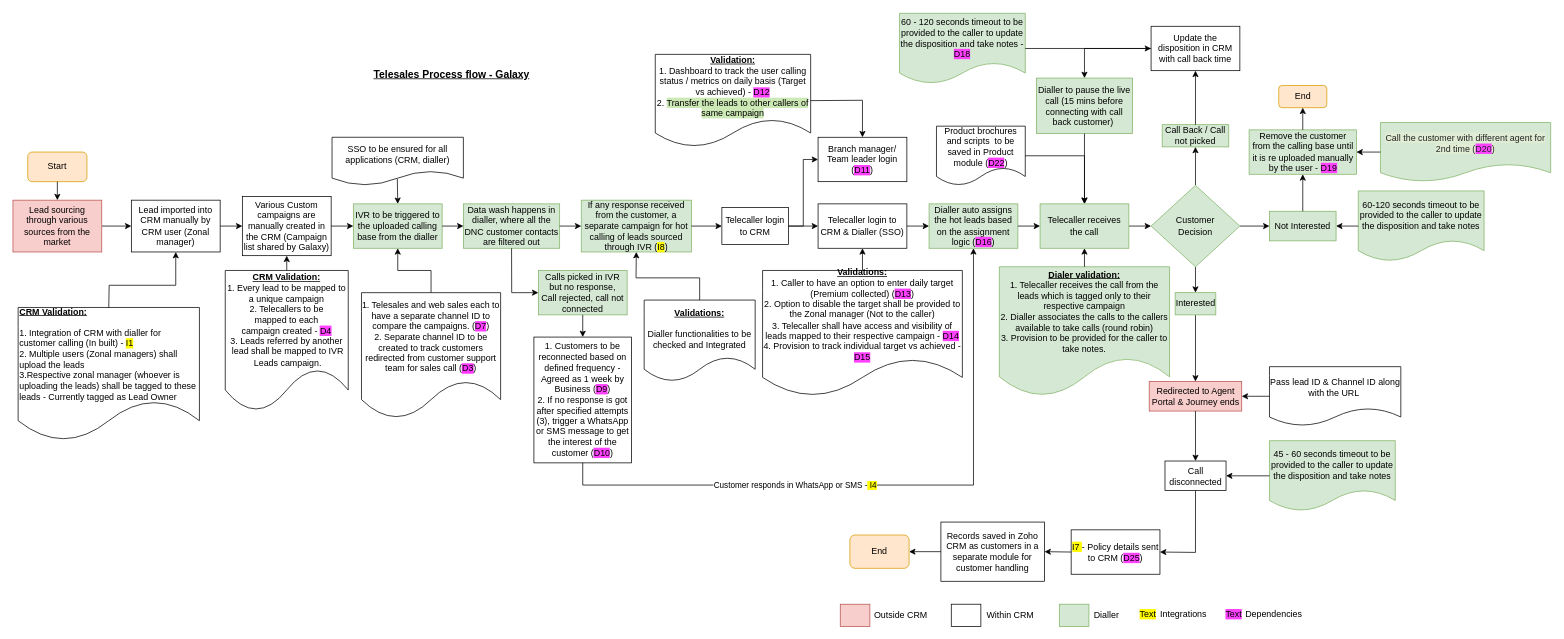
The draw.io diagram TeleSales Revised.drawio in shaileshsreedar/Galaxy, before the edit. Source tidied: cells renumbered, new cells numbered last; positions are measured from the earlier drawing's top-left corner, leaving out a move shared by most shapes. Both pictures are drawn from the tidied source at 74%, with x=0, y=0 at pixel (13, 13).
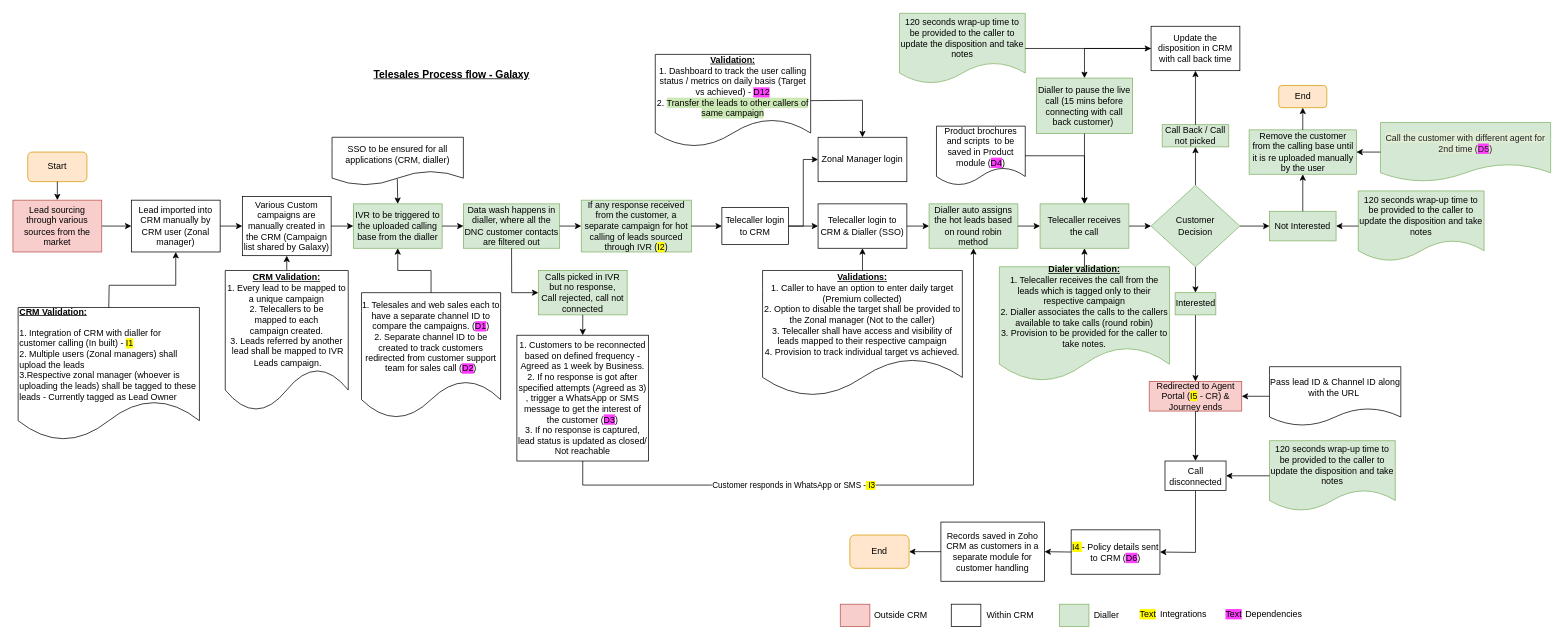
Above is the later version.

Unchanged cells that the change refers to:
```xml
<mxCell id="81" style="endArrow=classic;html=1;rounded=0;exitX=0.5;exitY=1;exitDx=0;exitDy=0;entryX=0.5;entryY=1;entryDx=0;entryDy=0;" parent="1" edge="1" source="35" target="39">
  <mxGeometry relative="1" as="geometry">
    <Array as="points">
      <mxPoint x="770" y="638" />
      <mxPoint x="1298" y="638" />
    </Array>
  </mxGeometry>
</mxCell>
```

Change to the diagram source:
```diff
@@
-    <mxCell id="16" value="Redirected to Agent Portal &amp;amp; Journey ends" style="whiteSpace=wrap;html=1;fillColor=#f8cecc;strokeColor=#b85450;" parent="1" vertex="1">
+    <mxCell id="16" value="Redirected to Agent Portal (&lt;span style=&quot;background-color: rgb(255, 251, 0);&quot;&gt;I5&lt;/span&gt; - CR) &amp;amp; Journey ends" style="whiteSpace=wrap;html=1;fillColor=#f8cecc;strokeColor=#b85450;" parent="1" vertex="1">
       <mxGeometry x="1535.5" y="498" width="125" height="40" as="geometry" />
     </mxCell>
-    <mxCell id="17" value="&lt;span style=&quot;background-color: rgb(255, 251, 0);&quot;&gt;I7&amp;nbsp;&lt;/span&gt;- Policy details sent to CRM (&lt;span style=&quot;background-color: rgb(255, 64, 255);&quot;&gt;D25&lt;/span&gt;)" style="whiteSpace=wrap;html=1;" parent="1" vertex="1">
+    <mxCell id="17" value="&lt;span style=&quot;background-color: rgb(255, 251, 0);&quot;&gt;I4&amp;nbsp;&lt;/span&gt;- Policy details sent to CRM (&lt;span style=&quot;background-color: rgb(255, 64, 255);&quot;&gt;D6&lt;/span&gt;)" style="whiteSpace=wrap;html=1;" parent="1" vertex="1">
       <mxGeometry x="1430" y="698.5" width="120" height="60" as="geometry" />
     </mxCell>
@@
-    <mxCell id="30" value="If any response received from the customer, a separate campaign for hot calling of leads sourced through IVR (&lt;span style=&quot;background-color: rgb(255, 251, 0);&quot;&gt;I8&lt;/span&gt;)" style="rounded=0;whiteSpace=wrap;html=1;fillColor=#d5e8d4;strokeColor=#82b366;" parent="1" vertex="1">
+    <mxCell id="30" value="If any response received from the customer, a separate campaign for hot calling of leads sourced through IVR (&lt;span style=&quot;background-color: rgb(255, 251, 0);&quot;&gt;I2&lt;/span&gt;)" style="rounded=0;whiteSpace=wrap;html=1;fillColor=#d5e8d4;strokeColor=#82b366;" parent="1" vertex="1">
       <mxGeometry x="768" y="253" width="148.8" height="70" as="geometry" />
     </mxCell>
@@
-    <mxCell id="35" value="1. Customers to be reconnected based on defined frequency - Agreed as 1 week by Business (&lt;span style=&quot;background-color: rgb(255, 64, 255);&quot;&gt;D9&lt;/span&gt;)&lt;div&gt;2. If no response is got after specified attempts (3), trigger a WhatsApp or SMS message to get the interest of the customer (&lt;span style=&quot;background-color: rgb(255, 64, 255);&quot;&gt;D10&lt;/span&gt;)&lt;/div&gt;" style="rounded=0;whiteSpace=wrap;html=1;" parent="1" vertex="1">
-      <mxGeometry x="704" y="438" width="132" height="170" as="geometry" />
+    <mxCell id="35" value="1. Customers to be reconnected based on defined frequency - Agreed as 1 week by Business.&lt;div&gt;2. If no response is got after specified attempts (Agreed as 3) , trigger a WhatsApp or SMS message to get the interest of the customer (&lt;span style=&quot;background-color: rgb(255, 64, 255);&quot;&gt;D3&lt;/span&gt;)&lt;/div&gt;&lt;div&gt;3. If no response is captured, lead status is updated as closed/ Not reachable&lt;/div&gt;" style="rounded=0;whiteSpace=wrap;html=1;" parent="1" vertex="1">
+      <mxGeometry x="681" y="435.5" width="178" height="170" as="geometry" />
     </mxCell>
@@
-    <mxCell id="37" value="1. Telesales and web sales each to have a separate channel ID to compare the campaigns. (&lt;span style=&quot;background-color: rgb(255, 64, 255);&quot;&gt;D7&lt;/span&gt;)&lt;div&gt;2. Separate channel ID to be created to track customers redirected from customer support team for sales call (&lt;span style=&quot;background-color: rgb(255, 51, 255);&quot;&gt;D3&lt;/span&gt;)&lt;/div&gt;" style="shape=document;whiteSpace=wrap;html=1;boundedLbl=1;" parent="1" vertex="1">
+    <mxCell id="37" value="1. Telesales and web sales each to have a separate channel ID to compare the campaigns. (&lt;span style=&quot;background-color: rgb(255, 64, 255);&quot;&gt;D1&lt;/span&gt;)&lt;div&gt;2. Separate channel ID to be created to track customers redirected from customer support team for sales call (&lt;span style=&quot;background-color: rgb(255, 51, 255);&quot;&gt;D2&lt;/span&gt;)&lt;/div&gt;" style="shape=document;whiteSpace=wrap;html=1;boundedLbl=1;" parent="1" vertex="1">
       <mxGeometry x="471" y="378" width="188" height="170" as="geometry" />
     </mxCell>
@@
-    <mxCell id="39" value="Dialler auto assigns the hot leads based on the assignment logic (&lt;span style=&quot;background-color: rgb(255, 64, 255);&quot;&gt;D16&lt;/span&gt;)" style="rounded=0;whiteSpace=wrap;html=1;fillColor=#d5e8d4;strokeColor=#82b366;" parent="1" vertex="1">
+    <mxCell id="39" value="Dialler auto assigns the hot leads based on round robin method" style="rounded=0;whiteSpace=wrap;html=1;fillColor=#d5e8d4;strokeColor=#82b366;" parent="1" vertex="1">
       <mxGeometry x="1238" y="258" width="120" height="60" as="geometry" />
     </mxCell>
@@
-    <mxCell id="43" value="&lt;b&gt;&lt;u&gt;CRM Validation:&lt;/u&gt;&lt;/b&gt;&lt;div&gt;1. Every lead to be mapped to a unique campaign&lt;/div&gt;&lt;div&gt;2. T&lt;span style=&quot;white-space: pre;&quot;&gt;elecallers to be&lt;/span&gt;&lt;/div&gt;&lt;div&gt;&lt;span style=&quot;white-space: pre;&quot;&gt; mapped to each&amp;nbsp;&lt;/span&gt;&lt;/div&gt;&lt;div&gt;&lt;span style=&quot;white-space: pre;&quot;&gt;campaign created - &lt;span style=&quot;background-color: rgb(255, 64, 255);&quot;&gt;D4&lt;/span&gt;&lt;/span&gt;&lt;/div&gt;&lt;div&gt;&lt;span style=&quot;white-space: pre;&quot;&gt;3. Leads referred by another&lt;/span&gt;&lt;/div&gt;&lt;div&gt;&lt;span style=&quot;white-space: pre;&quot;&gt; lead&amp;nbsp;&lt;/span&gt;&lt;span style=&quot;white-space: pre;&quot;&gt;shall be mapped to IVR&lt;/span&gt;&lt;/div&gt;&lt;div&gt;&lt;span style=&quot;white-space: pre;&quot;&gt; Leads &lt;/span&gt;&lt;span style=&quot;white-space: pre;&quot;&gt;campaign.&lt;/span&gt;&lt;/div&gt;" style="shape=document;whiteSpace=wrap;html=1;boundedLbl=1;" parent="1" vertex="1">
+    <mxCell id="43" value="&lt;b&gt;&lt;u&gt;CRM Validation:&lt;/u&gt;&lt;/b&gt;&lt;div&gt;1. Every lead to be mapped to a unique campaign&lt;/div&gt;&lt;div&gt;2. T&lt;span style=&quot;white-space: pre;&quot;&gt;elecallers to be&lt;/span&gt;&lt;/div&gt;&lt;div&gt;&lt;span style=&quot;white-space: pre;&quot;&gt; mapped to each&amp;nbsp;&lt;/span&gt;&lt;/div&gt;&lt;div&gt;&lt;span style=&quot;white-space: pre;&quot;&gt;campaign created.&lt;/span&gt;&lt;/div&gt;&lt;div&gt;&lt;span style=&quot;white-space: pre;&quot;&gt;3. Leads referred by another&lt;/span&gt;&lt;/div&gt;&lt;div&gt;&lt;span style=&quot;white-space: pre;&quot;&gt; lead&amp;nbsp;&lt;/span&gt;&lt;span style=&quot;white-space: pre;&quot;&gt;shall be mapped to IVR&lt;/span&gt;&lt;/div&gt;&lt;div&gt;&lt;span style=&quot;white-space: pre;&quot;&gt; Leads &lt;/span&gt;&lt;span style=&quot;white-space: pre;&quot;&gt;campaign.&lt;/span&gt;&lt;/div&gt;" style="shape=document;whiteSpace=wrap;html=1;boundedLbl=1;" parent="1" vertex="1">
       <mxGeometry x="286.9" y="348" width="166.2" height="190" as="geometry" />
     </mxCell>
@@
     <mxCell id="45" value="&lt;u&gt;&lt;b&gt;Dialer validation:&lt;/b&gt;&lt;/u&gt;&lt;div&gt;1. Telecaller receives the call from the leads which is tagged only to their respective campaign&lt;/div&gt;&lt;div&gt;2. Dialler associates the calls to the callers available to take calls (round robin)&lt;/div&gt;&lt;div&gt;3. Provision to be provided for the caller to take notes.&lt;/div&gt;" style="shape=document;whiteSpace=wrap;html=1;boundedLbl=1;fillColor=#d5e8d4;strokeColor=#82b366;" parent="1" vertex="1">
-      <mxGeometry x="1333" y="343" width="230" height="175" as="geometry" />
+      <mxGeometry x="1333" y="343" width="230" height="155" as="geometry" />
     </mxCell>
@@
-    <mxCell id="51" value="Remove the customer from the calling base until it is re uploaded manually by the user - &lt;span style=&quot;background-color: rgb(255, 64, 255);&quot;&gt;D19&lt;/span&gt;" style="rounded=0;whiteSpace=wrap;html=1;fillColor=#d5e8d4;strokeColor=#82b366;" parent="1" vertex="1">
+    <mxCell id="51" value="Remove the customer from the calling base until it is re uploaded manually by the user" style="rounded=0;whiteSpace=wrap;html=1;fillColor=#d5e8d4;strokeColor=#82b366;" parent="1" vertex="1">
       <mxGeometry x="1670.5" y="158" width="145" height="60" as="geometry" />
     </mxCell>
@@
-    <mxCell id="53" value="&lt;span style=&quot;font-family: inherit; background-color: rgb(224, 237, 212); caret-color: rgb(34, 34, 34); color: rgb(34, 34, 34); letter-spacing: 0.01px; text-align: left;&quot;&gt;Call the customer with different agent for 2nd time (&lt;/span&gt;&lt;span style=&quot;font-family: inherit; caret-color: rgb(34, 34, 34); color: rgb(34, 34, 34); letter-spacing: 0.01px; text-align: left; background-color: rgb(255, 64, 255);&quot;&gt;D20&lt;/span&gt;&lt;span style=&quot;font-family: inherit; background-color: rgb(224, 237, 212); caret-color: rgb(34, 34, 34); color: rgb(34, 34, 34); letter-spacing: 0.01px; text-align: left;&quot;&gt;)&lt;/span&gt;" style="shape=document;whiteSpace=wrap;html=1;boundedLbl=1;fillColor=#d5e8d4;strokeColor=#82b366;" parent="1" vertex="1">
+    <mxCell id="53" value="&lt;span style=&quot;font-family: inherit; background-color: rgb(224, 237, 212); caret-color: rgb(34, 34, 34); color: rgb(34, 34, 34); letter-spacing: 0.01px; text-align: left;&quot;&gt;Call the customer with different agent for 2nd time (&lt;/span&gt;&lt;span style=&quot;font-family: inherit; caret-color: rgb(34, 34, 34); color: rgb(34, 34, 34); letter-spacing: 0.01px; text-align: left; background-color: rgb(255, 64, 255);&quot;&gt;D5&lt;/span&gt;&lt;span style=&quot;font-family: inherit; background-color: rgb(224, 237, 212); caret-color: rgb(34, 34, 34); color: rgb(34, 34, 34); letter-spacing: 0.01px; text-align: left;&quot;&gt;)&lt;/span&gt;" style="shape=document;whiteSpace=wrap;html=1;boundedLbl=1;fillColor=#d5e8d4;strokeColor=#82b366;" parent="1" vertex="1">
       <mxGeometry x="1848" y="148" width="230" height="80" as="geometry" />
     </mxCell>
@@
-    <mxCell id="57" value="60-120 seconds timeout to be provided to the caller to update the disposition and take notes" style="shape=document;whiteSpace=wrap;html=1;boundedLbl=1;fillColor=#d5e8d4;strokeColor=#82b366;" parent="1" vertex="1">
+    <mxCell id="57" value="120 seconds wrap-up time to be provided to the caller to update the disposition and take notes" style="shape=document;whiteSpace=wrap;html=1;boundedLbl=1;fillColor=#d5e8d4;strokeColor=#82b366;" parent="1" vertex="1">
       <mxGeometry x="1818" y="240.5" width="170" height="95" as="geometry" />
     </mxCell>
@@
-    <mxCell id="59" value="60 - 120 seconds timeout to be provided to the caller to update the disposition and take notes - &lt;span style=&quot;background-color: rgb(255, 64, 255);&quot;&gt;D18&lt;/span&gt;" style="shape=document;whiteSpace=wrap;html=1;boundedLbl=1;fillColor=#d5e8d4;strokeColor=#82b366;" parent="1" vertex="1">
+    <mxCell id="59" value="120 seconds wrap-up time to be provided to the caller to update the disposition and take notes" style="shape=document;whiteSpace=wrap;html=1;boundedLbl=1;fillColor=#d5e8d4;strokeColor=#82b366;" parent="1" vertex="1">
       <mxGeometry x="1198" y="0.5" width="170" height="95" as="geometry" />
     </mxCell>
@@
-    <mxCell id="66" value="Product brochures and scripts &amp;nbsp;to be saved in Product module (&lt;span style=&quot;background-color: rgb(255, 64, 255);&quot;&gt;D22&lt;/span&gt;)" style="shape=document;whiteSpace=wrap;html=1;boundedLbl=1;" parent="1" vertex="1">
+    <mxCell id="66" value="Product brochures and scripts &amp;nbsp;to be saved in Product module (&lt;span style=&quot;background-color: rgb(255, 64, 255);&quot;&gt;D4&lt;/span&gt;)" style="shape=document;whiteSpace=wrap;html=1;boundedLbl=1;" parent="1" vertex="1">
       <mxGeometry x="1248" y="153" width="120" height="80" as="geometry" />
     </mxCell>
@@
-    <mxCell id="68" value="&lt;b&gt;&lt;u&gt;Validations:&lt;/u&gt;&lt;/b&gt;&lt;div&gt;1. Caller to have an option to enter daily target (Premium collected) (&lt;span style=&quot;background-color: rgb(255, 64, 255);&quot;&gt;D13&lt;/span&gt;)&lt;div&gt;2. Option to disable the target shall be provided to the Zonal manager (Not to the caller)&lt;/div&gt;&lt;/div&gt;&lt;div&gt;3. Telecaller shall have access and visibility of leads mapped to their respective campaign - &lt;span style=&quot;background-color: rgb(255, 64, 255);&quot;&gt;D14&lt;/span&gt;&lt;/div&gt;&lt;div&gt;4. Provision to track individual target vs achieved - &lt;span style=&quot;background-color: rgb(255, 64, 255);&quot;&gt;D15&lt;/span&gt;&lt;/div&gt;" style="shape=document;whiteSpace=wrap;html=1;boundedLbl=1;" parent="1" vertex="1">
+    <mxCell id="68" value="&lt;b&gt;&lt;u&gt;Validations:&lt;/u&gt;&lt;/b&gt;&lt;div&gt;1. Caller to have an option to enter daily target (Premium collected)&lt;/div&gt;&lt;div&gt;2. Option to disable the target shall be provided to the Zonal manager (Not to the caller)&lt;/div&gt;&lt;div&gt;3. Telecaller shall have access and visibility of leads mapped to their respective campaign&lt;/div&gt;&lt;div&gt;4. Provision to track individual target vs achieved.&lt;/div&gt;" style="shape=document;whiteSpace=wrap;html=1;boundedLbl=1;" parent="1" vertex="1">
       <mxGeometry x="1013" y="348" width="270" height="170" as="geometry" />
     </mxCell>
@@
-    <mxCell id="75" value="Branch manager/ Team leader login (&lt;span style=&quot;background-color: rgb(255, 64, 255);&quot;&gt;D11&lt;/span&gt;)" style="rounded=0;whiteSpace=wrap;html=1;" parent="1" vertex="1">
+    <mxCell id="75" value="Zonal Manager login" style="rounded=0;whiteSpace=wrap;html=1;" parent="1" vertex="1">
       <mxGeometry x="1088" y="168" width="120" height="60" as="geometry" />
     </mxCell>
@@
-    <mxCell id="79" value="&lt;b&gt;&lt;u&gt;Validations:&lt;/u&gt;&lt;/b&gt;&lt;div&gt;&lt;br&gt;&lt;/div&gt;&lt;div&gt;Dialler functionalities to be checked and Integrated&lt;/div&gt;" style="shape=document;whiteSpace=wrap;html=1;boundedLbl=1;" parent="1" vertex="1">
-      <mxGeometry x="853" y="388" width="150" height="110" as="geometry" />
-    </mxCell>
-    <mxCell id="80" style="endArrow=classic;html=1;rounded=0;exitX=0.5;exitY=0;exitDx=0;exitDy=0;entryX=0.5;entryY=1;entryDx=0;entryDy=0;" parent="1" edge="1" source="79" target="30">
-      <mxGeometry relative="1" as="geometry">
-        <Array as="points">
-          <mxPoint x="928" y="358" />
-          <mxPoint x="842" y="358" />
-        </Array>
-      </mxGeometry>
-    </mxCell>
@@
-    <mxCell id="82" value="Customer responds in WhatsApp or SMS -&lt;span style=&quot;background-color: rgb(255, 251, 0);&quot;&gt; I4&lt;/span&gt;" style="edgeLabel;html=1;align=center;verticalAlign=middle;" parent="81" vertex="1">
+    <mxCell id="82" value="Customer responds in WhatsApp or SMS -&lt;span style=&quot;background-color: rgb(255, 251, 0);&quot;&gt; I3&lt;/span&gt;" style="edgeLabel;html=1;align=center;verticalAlign=middle;" parent="81" vertex="1">
       <mxGeometry x="-0.28" y="-3" relative="1" as="geometry">
         <mxPoint y="-3" as="offset" />
       </mxGeometry>
     </mxCell>
@@
-    <mxCell id="95" value="45 - 60 seconds timeout to be provided to the caller to update the disposition and take notes" style="shape=document;whiteSpace=wrap;html=1;boundedLbl=1;fillColor=#d5e8d4;strokeColor=#82b366;" parent="1" vertex="1">
+    <mxCell id="95" value="120 seconds wrap-up time to be provided to the caller to update the disposition and take notes" style="shape=document;whiteSpace=wrap;html=1;boundedLbl=1;fillColor=#d5e8d4;strokeColor=#82b366;" parent="1" vertex="1">
       <mxGeometry x="1698" y="578" width="170" height="95" as="geometry" />
     </mxCell>
```
